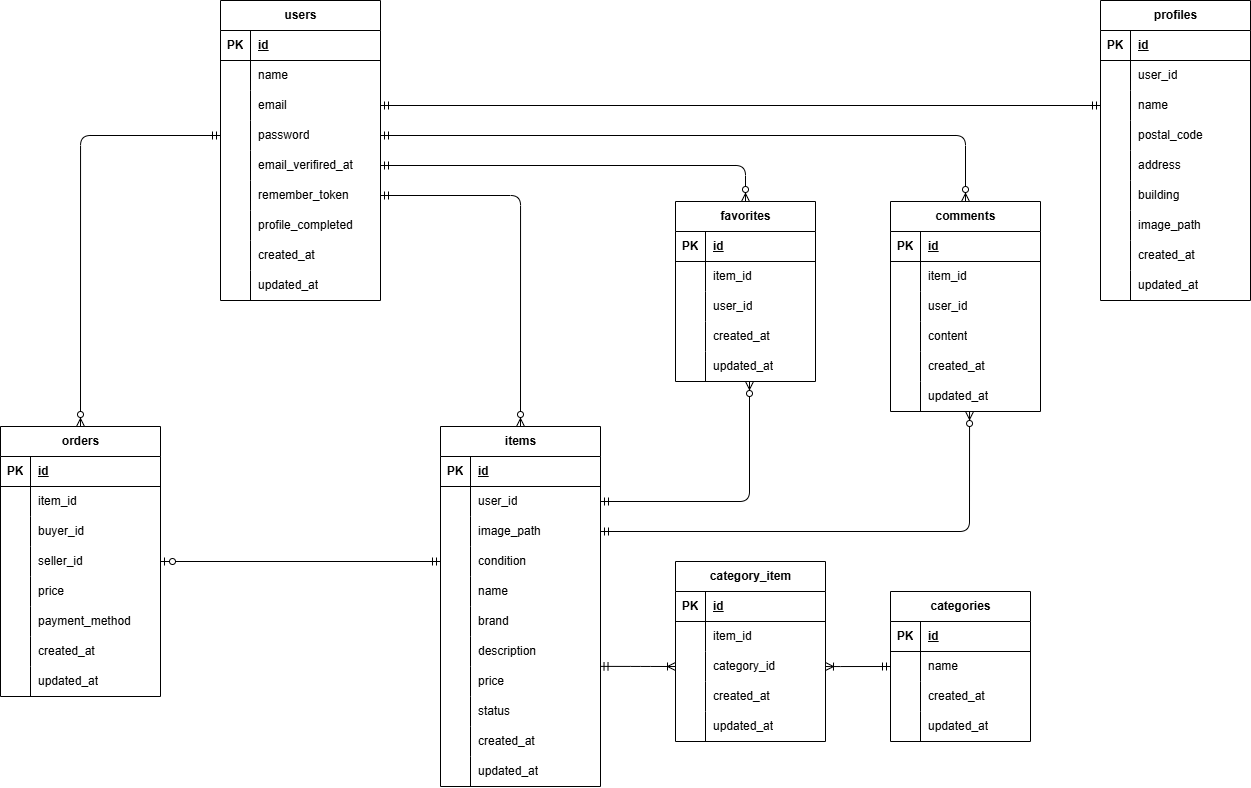
ktpsc000/CoachtechFleaMarket keeps this draw.io diagram as index.drawio.png. Above is the earlier version. Source tidied: cells renumbered, new cells last; positions are measured from the earlier drawing's top-left corner, leaving out a move shared by most shapes.
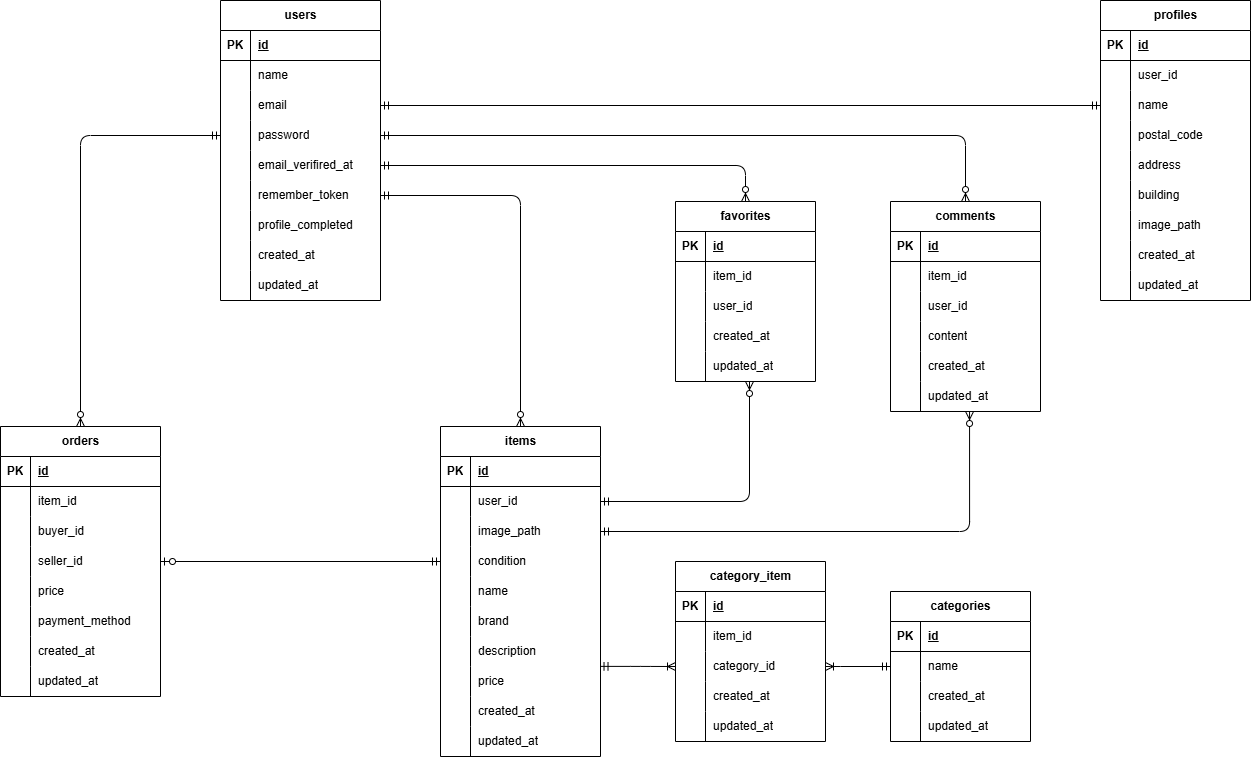
Later version of the same file.

Diff of the diagram source:
```diff
@@ -3,7 +3,7 @@
     <mxCell id="0" />
     <mxCell id="1" parent="0" />
     <mxCell id="2" value="items" style="shape=table;startSize=30;rowLines=0;fontStyle=1;align=center;html=1;" parent="1" vertex="1">
-      <mxGeometry x="440" y="426" width="160" height="360" as="geometry" />
+      <mxGeometry x="440" y="426" width="160" height="330" as="geometry" />
     </mxCell>
     <mxCell id="3" style="shape=tableRow;horizontal=0;startSize=0;swimlaneHead=0;swimlaneBody=0;fillColor=none;top=0;left=0;right=0;bottom=1;" parent="2" vertex="1">
       <mxGeometry y="30" width="160" height="30" as="geometry" />
@@ -77,17 +77,8 @@
     <mxCell id="26" value="price" style="shape=partialRectangle;fillColor=none;top=0;left=0;bottom=0;right=0;align=left;spacingLeft=6;overflow=hidden;whiteSpace=wrap;html=1;" parent="24" vertex="1">
       <mxGeometry x="30" width="130" height="30" as="geometry" />
     </mxCell>
-    <mxCell id="27" style="shape=tableRow;horizontal=0;startSize=0;swimlaneHead=0;swimlaneBody=0;fillColor=none;top=0;left=0;right=0;bottom=0;" parent="2" vertex="1">
-      <mxGeometry y="270" width="160" height="30" as="geometry" />
-    </mxCell>
-    <mxCell id="28" style="shape=partialRectangle;fillColor=none;top=0;left=0;bottom=0;right=0;overflow=hidden;whiteSpace=wrap;html=1;" parent="27" vertex="1">
-      <mxGeometry width="30" height="30" as="geometry" />
-    </mxCell>
-    <mxCell id="29" value="status" style="shape=partialRectangle;fillColor=none;top=0;left=0;bottom=0;right=0;align=left;spacingLeft=6;overflow=hidden;whiteSpace=wrap;html=1;" parent="27" vertex="1">
-      <mxGeometry x="30" width="130" height="30" as="geometry" />
-    </mxCell>
     <mxCell id="30" style="shape=tableRow;horizontal=0;startSize=0;swimlaneHead=0;swimlaneBody=0;fillColor=none;top=0;left=0;right=0;bottom=0;" parent="2" vertex="1">
-      <mxGeometry y="300" width="160" height="30" as="geometry" />
+      <mxGeometry y="270" width="160" height="30" as="geometry" />
     </mxCell>
     <mxCell id="31" style="shape=partialRectangle;fillColor=none;top=0;left=0;bottom=0;right=0;overflow=hidden;whiteSpace=wrap;html=1;" parent="30" vertex="1">
       <mxGeometry width="30" height="30" as="geometry" />
@@ -96,7 +87,7 @@
       <mxGeometry x="30" width="130" height="30" as="geometry" />
     </mxCell>
     <mxCell id="33" style="shape=tableRow;horizontal=0;startSize=0;swimlaneHead=0;swimlaneBody=0;fillColor=none;top=0;left=0;right=0;bottom=0;" parent="2" vertex="1">
-      <mxGeometry y="330" width="160" height="30" as="geometry" />
+      <mxGeometry y="300" width="160" height="30" as="geometry" />
     </mxCell>
     <mxCell id="34" style="shape=partialRectangle;fillColor=none;top=0;left=0;bottom=0;right=0;overflow=hidden;whiteSpace=wrap;html=1;" parent="33" vertex="1">
       <mxGeometry width="30" height="30" as="geometry" />
```
